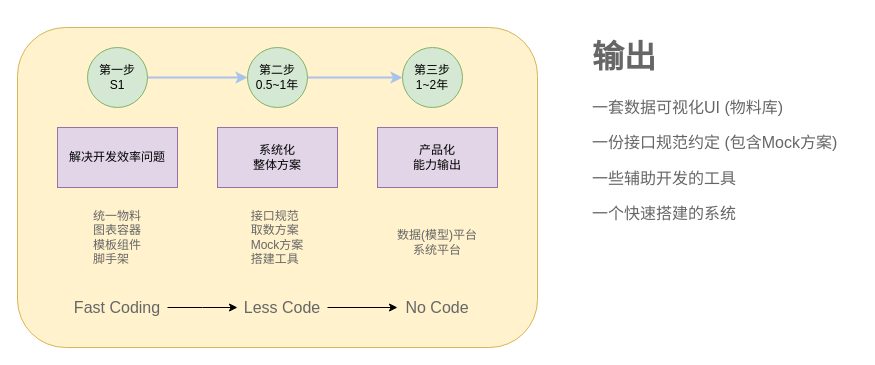
Above: page "Page-2" (2 of 2) of LST可视化开发方案.drawio in zzuwzj/draw (draw.io), before the change. Source tidied: cells renumbered, new cells numbered last; positions are measured from the earlier drawing's top-left corner, leaving out a move shared by most shapes. Both pictures are drawn from the tidied source at 100%, with x=0, y=0 at pixel (17, 27).
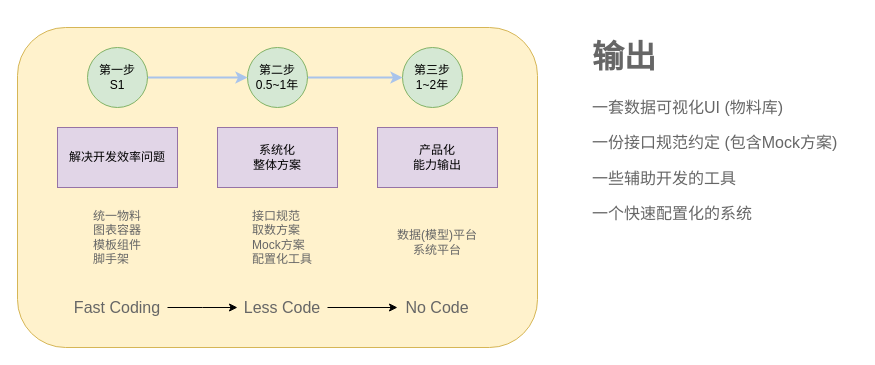
The same diagram, later.

Diff of the diagram source:
```diff
@@
-    <mxCell id="12" value="&lt;div style=&quot;text-align: left&quot;&gt;&lt;span&gt;接口规范&lt;/span&gt;&lt;/div&gt;&lt;div style=&quot;text-align: left&quot;&gt;&lt;span&gt;取数方案&lt;/span&gt;&lt;/div&gt;&lt;div style=&quot;text-align: left&quot;&gt;&lt;span&gt;Mock方案&lt;/span&gt;&lt;/div&gt;&lt;div style=&quot;text-align: left&quot;&gt;搭建工具&lt;span&gt;&lt;br&gt;&lt;/span&gt;&lt;/div&gt;" style="text;html=1;strokeColor=none;fillColor=none;align=center;verticalAlign=middle;whiteSpace=wrap;rounded=0;labelBackgroundColor=none;fontColor=#666666;" parent="1" vertex="1">
-      <mxGeometry x="230" y="170" width="60" height="80" as="geometry" />
+    <mxCell id="12" value="&lt;div style=&quot;text-align: left&quot;&gt;&lt;span&gt;接口规范&lt;/span&gt;&lt;/div&gt;&lt;div style=&quot;text-align: left&quot;&gt;&lt;span&gt;取数方案&lt;/span&gt;&lt;/div&gt;&lt;div style=&quot;text-align: left&quot;&gt;&lt;span&gt;Mock方案&lt;/span&gt;&lt;/div&gt;&lt;div style=&quot;text-align: left&quot;&gt;配置化工具&lt;span&gt;&lt;br&gt;&lt;/span&gt;&lt;/div&gt;" style="text;html=1;strokeColor=none;fillColor=none;align=center;verticalAlign=middle;whiteSpace=wrap;rounded=0;labelBackgroundColor=none;fontColor=#666666;" parent="1" vertex="1">
+      <mxGeometry x="230" y="170" width="70" height="80" as="geometry" />
     </mxCell>
@@
-    <mxCell id="19" value="&lt;h1&gt;输出&lt;/h1&gt;&lt;p&gt;一套数据可视化UI (物料库)&lt;/p&gt;&lt;p&gt;一份接口规范约定 (包含Mock方案)&lt;/p&gt;&lt;p&gt;一些辅助开发的工具&lt;/p&gt;&lt;p&gt;一个快速搭建的系统&lt;/p&gt;&lt;p&gt;&lt;br&gt;&lt;/p&gt;" style="text;html=1;strokeColor=none;fillColor=none;spacing=5;spacingTop=-20;whiteSpace=wrap;overflow=hidden;rounded=0;labelBackgroundColor=none;fontSize=16;fontColor=#666666;" parent="1" vertex="1">
+    <mxCell id="19" value="&lt;h1&gt;输出&lt;/h1&gt;&lt;p&gt;一套数据可视化UI (物料库)&lt;/p&gt;&lt;p&gt;一份接口规范约定 (包含Mock方案)&lt;/p&gt;&lt;p&gt;一些辅助开发的工具&lt;/p&gt;&lt;p&gt;一个快速配置化的系统&lt;/p&gt;&lt;p&gt;&lt;br&gt;&lt;/p&gt;" style="text;html=1;strokeColor=none;fillColor=none;spacing=5;spacingTop=-20;whiteSpace=wrap;overflow=hidden;rounded=0;labelBackgroundColor=none;fontSize=16;fontColor=#666666;" parent="1" vertex="1">
       <mxGeometry x="570" width="270" height="320" as="geometry" />
     </mxCell>
```
